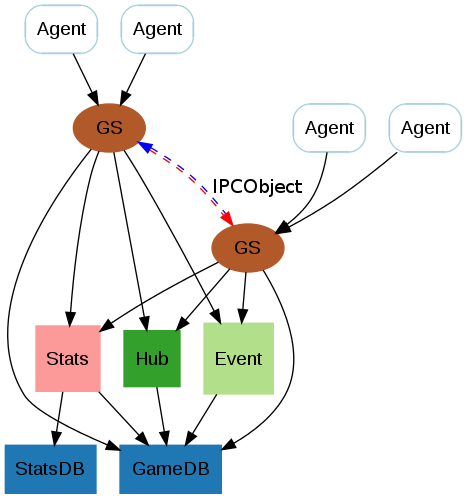
The Graphviz diagram arch.png in xtaci/gonet, before a commit. Its source is kept beside it as arch.dot.
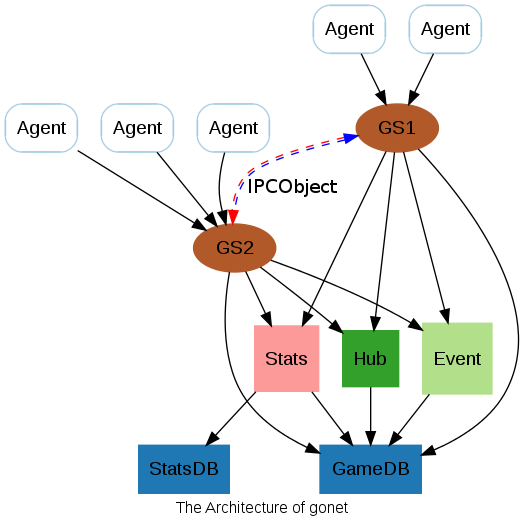
After the change.

Change to the diagram source:
```diff
@@ -1,31 +1,51 @@
 digraph G {
+	graph [label="The Architecture of gonet" fontname=arial fontsize=12];
 	node [colorscheme=paired12 fontname=arial];
-	Agent1 [label=Agent style=rounded shape=rect color=1];
-	Agent2 [label=Agent style=rounded shape=rect color=1];
-	Agent3 [label=Agent style=rounded shape=rect color=1];
-	Agent4 [label=Agent style=rounded shape=rect color=1];
-	Agent1->GS1;
-	Agent2->GS1;
-	Agent3->GS2;
-	Agent4->GS2;
-	GS1 [label=GS style=filled color=12];
-	GS2 [label=GS style=filled color=12];
-	GS1->GS2 [dir=both label=IPCObject style=dashed color="red:blue"];
+	subgraph Agents {
+		node [label=Agent style=rounded shape=rect color=1];
+		Agent1;
+		Agent2;
+		Agent3;
+		Agent4;
+		Agent5;
+	}
+
+	subgraph GS {
+		node [style=filled color=12];
+		GS1;
+		GS2;
+		GS1->GS2 [dir=both label=IPCObject style=dashed color="red:blue"];
+	}
+
+	subgraph {
+		node [style=filled shape=rect color=2];
+		GameDB;
+		StatsDB;
+	}
+
 	Event [style=filled shape=square color=3];
 	Hub [style=filled shape=square color=4];
 	Stats [style=filled shape=square color=5];
+
+	subgraph {
+		Agent1->GS1;
+		Agent2->GS1;
+		Agent3->GS2;
+		Agent4->GS2;
+		Agent5->GS2;
+	}
+
 	GS1->Hub;
 	GS2->Hub;
 	GS1->Event;
 	GS2->Event;
 	GS1->Stats;
 	GS2->Stats;
-	GameDB [style=filled shape=rect color=2];
-	StatsDB [style=filled shape=rect color=2];
+	GS1->GameDB;
+	GS2->GameDB;
+
 	Hub->GameDB;
 	Event->GameDB;
-	GS1->GameDB;
-	GS2->GameDB;
+	Stats->GameDB;
 	Stats->StatsDB;
-	Stats->GameDB;
 }
```
